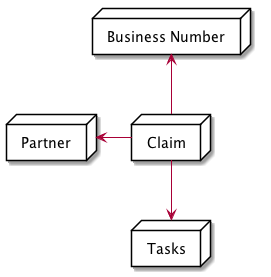
Earlier version of the PlantUML export doc/images/systems.png (fxleloup/microservice-sandbox).
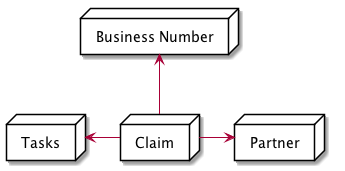
Above is the later version.

Change to the diagram source:
```diff
@@ -13,6 +13,6 @@
 node "Tasks" as tasks
 
 main -up-> bn
-main -left-> pdv
-main -down-> tasks
+main -right-> pdv
+main -left-> tasks
 @enduml
```
